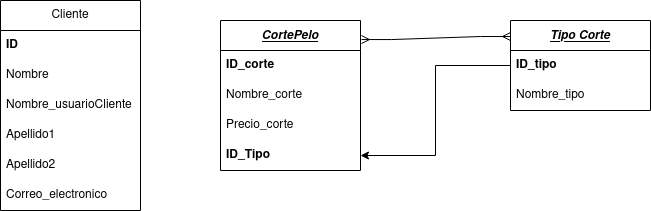
Above: doc/entidad_relacion/DrawIO/Entidad-Relacion.png in Jorgeev27/Servicio-Peluqueria (draw.io), before the change. Source tidied: cells renumbered, new cells last; positions are measured from the earlier drawing's top-left corner, leaving out a move shared by most shapes.
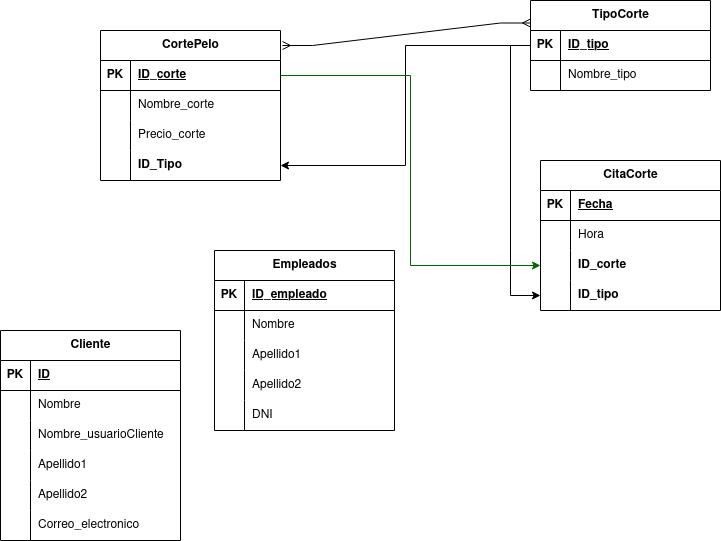
The same diagram one commit later.

Diff of the diagram source:
```diff
@@ -2,56 +2,221 @@
   <root>
     <mxCell id="0" />
     <mxCell id="1" parent="0" />
+    <mxCell id="18" style="edgeStyle=entityRelationEdgeStyle;fontSize=12;html=1;endArrow=ERmany;startArrow=ERmany;rounded=0;exitX=1.011;exitY=0.1;exitDx=0;exitDy=0;exitPerimeter=0;entryX=0;entryY=0.25;entryDx=0;entryDy=0;" parent="1" edge="1" source="2" target="43">
+      <mxGeometry relative="1" as="geometry" />
+    </mxCell>
+    <mxCell id="7" value="Cliente" style="shape=table;startSize=30;rowLines=0;fontStyle=1;align=center;html=1;" parent="1" vertex="1">
+      <mxGeometry x="-60" y="300" width="180" height="210" as="geometry" />
+    </mxCell>
+    <mxCell id="19" style="shape=tableRow;horizontal=0;startSize=0;swimlaneHead=0;swimlaneBody=0;fillColor=none;top=0;left=0;right=0;bottom=1;" parent="7" vertex="1">
+      <mxGeometry y="30" width="180" height="30" as="geometry" />
+    </mxCell>
+    <mxCell id="20" value="PK" style="shape=partialRectangle;fillColor=none;top=0;left=0;bottom=0;right=0;fontStyle=1;overflow=hidden;whiteSpace=wrap;html=1;" parent="19" vertex="1">
+      <mxGeometry width="30" height="30" as="geometry" />
+    </mxCell>
+    <mxCell id="8" value="ID" style="shape=partialRectangle;fillColor=none;top=0;left=0;bottom=0;right=0;align=left;spacingLeft=6;fontStyle=5;overflow=hidden;whiteSpace=wrap;html=1;" parent="19" vertex="1">
+      <mxGeometry x="30" width="150" height="30" as="geometry" />
+    </mxCell>
+    <mxCell id="21" style="shape=tableRow;horizontal=0;startSize=0;swimlaneHead=0;swimlaneBody=0;fillColor=none;top=0;left=0;right=0;bottom=0;" parent="7" vertex="1">
+      <mxGeometry y="60" width="180" height="30" as="geometry" />
+    </mxCell>
+    <mxCell id="22" style="shape=partialRectangle;fillColor=none;top=0;left=0;bottom=0;right=0;overflow=hidden;whiteSpace=wrap;html=1;" parent="21" vertex="1">
+      <mxGeometry width="30" height="30" as="geometry" />
+    </mxCell>
+    <mxCell id="23" value="Nombre" style="shape=partialRectangle;fillColor=none;top=0;left=0;bottom=0;right=0;align=left;spacingLeft=6;overflow=hidden;whiteSpace=wrap;html=1;" parent="21" vertex="1">
+      <mxGeometry x="30" width="150" height="30" as="geometry" />
+    </mxCell>
+    <mxCell id="24" style="shape=tableRow;horizontal=0;startSize=0;swimlaneHead=0;swimlaneBody=0;fillColor=none;top=0;left=0;right=0;bottom=0;" parent="7" vertex="1">
+      <mxGeometry y="90" width="180" height="30" as="geometry" />
+    </mxCell>
+    <mxCell id="25" style="shape=partialRectangle;fillColor=none;top=0;left=0;bottom=0;right=0;overflow=hidden;whiteSpace=wrap;html=1;" parent="24" vertex="1">
+      <mxGeometry width="30" height="30" as="geometry" />
+    </mxCell>
+    <mxCell id="10" value="Nombre_usuarioCliente" style="shape=partialRectangle;fillColor=none;top=0;left=0;bottom=0;right=0;align=left;spacingLeft=6;overflow=hidden;whiteSpace=wrap;html=1;" parent="24" vertex="1">
+      <mxGeometry x="30" width="150" height="30" as="geometry" />
+    </mxCell>
+    <mxCell id="26" style="shape=tableRow;horizontal=0;startSize=0;swimlaneHead=0;swimlaneBody=0;fillColor=none;top=0;left=0;right=0;bottom=0;" parent="7" vertex="1">
+      <mxGeometry y="120" width="180" height="30" as="geometry" />
+    </mxCell>
+    <mxCell id="27" style="shape=partialRectangle;fillColor=none;top=0;left=0;bottom=0;right=0;overflow=hidden;whiteSpace=wrap;html=1;" parent="26" vertex="1">
+      <mxGeometry width="30" height="30" as="geometry" />
+    </mxCell>
+    <mxCell id="28" value="Apellido1" style="shape=partialRectangle;fillColor=none;top=0;left=0;bottom=0;right=0;align=left;spacingLeft=6;overflow=hidden;whiteSpace=wrap;html=1;" parent="26" vertex="1">
+      <mxGeometry x="30" width="150" height="30" as="geometry" />
+    </mxCell>
+    <mxCell id="29" style="shape=tableRow;horizontal=0;startSize=0;swimlaneHead=0;swimlaneBody=0;fillColor=none;top=0;left=0;right=0;bottom=0;" parent="7" vertex="1">
+      <mxGeometry y="150" width="180" height="30" as="geometry" />
+    </mxCell>
+    <mxCell id="30" style="shape=partialRectangle;fillColor=none;top=0;left=0;bottom=0;right=0;overflow=hidden;whiteSpace=wrap;html=1;" parent="29" vertex="1">
+      <mxGeometry width="30" height="30" as="geometry" />
+    </mxCell>
+    <mxCell id="31" value="Apellido2" style="shape=partialRectangle;fillColor=none;top=0;left=0;bottom=0;right=0;align=left;spacingLeft=6;overflow=hidden;whiteSpace=wrap;html=1;" parent="29" vertex="1">
+      <mxGeometry x="30" width="150" height="30" as="geometry" />
+    </mxCell>
+    <mxCell id="32" style="shape=tableRow;horizontal=0;startSize=0;swimlaneHead=0;swimlaneBody=0;fillColor=none;top=0;left=0;right=0;bottom=0;" parent="7" vertex="1">
+      <mxGeometry y="180" width="180" height="30" as="geometry" />
+    </mxCell>
+    <mxCell id="33" style="shape=partialRectangle;fillColor=none;top=0;left=0;bottom=0;right=0;overflow=hidden;whiteSpace=wrap;html=1;" parent="32" vertex="1">
+      <mxGeometry width="30" height="30" as="geometry" />
+    </mxCell>
+    <mxCell id="13" value="Correo_electronico" style="shape=partialRectangle;fillColor=none;top=0;left=0;bottom=0;right=0;align=left;spacingLeft=6;overflow=hidden;whiteSpace=wrap;html=1;" parent="32" vertex="1">
+      <mxGeometry x="30" width="150" height="30" as="geometry" />
+    </mxCell>
-    <mxCell id="2" value="&lt;u&gt;&lt;i&gt;&lt;b&gt;CortePelo&lt;/b&gt;&lt;/i&gt;&lt;/u&gt;" style="swimlane;fontStyle=0;horizontal=1;startSize=30;whiteSpace=wrap;html=1;" parent="1" vertex="1">
-      <mxGeometry x="220" y="20" width="140" height="150" as="geometry" />
+    <mxCell id="2" value="CortePelo" style="shape=table;startSize=30;rowLines=0;fontStyle=1;align=center;html=1;" parent="1" vertex="1">
+      <mxGeometry x="40" width="180" height="150" as="geometry" />
     </mxCell>
-    <mxCell id="3" value="&lt;b&gt;ID_corte&lt;/b&gt;" style="text;strokeColor=none;fillColor=none;align=left;verticalAlign=middle;spacingLeft=4;spacingRight=4;overflow=hidden;whiteSpace=wrap;html=1;" parent="2" vertex="1">
-      <mxGeometry y="30" width="140" height="30" as="geometry" />
-    </mxCell>
+    <mxCell id="34" style="shape=tableRow;horizontal=0;startSize=0;swimlaneHead=0;swimlaneBody=0;fillColor=none;points=[[0,0.5],[1,0.5]];portConstraint=eastwest;top=0;left=0;right=0;bottom=1;" parent="2" vertex="1">
+      <mxGeometry y="30" width="180" height="30" as="geometry" />
+    </mxCell>
+    <mxCell id="35" value="PK" style="shape=partialRectangle;fillColor=none;top=0;left=0;bottom=0;right=0;fontStyle=1;overflow=hidden;whiteSpace=wrap;html=1;" parent="34" vertex="1">
+      <mxGeometry width="30" height="30" as="geometry" />
+    </mxCell>
+    <mxCell id="36" value="ID_corte" style="shape=partialRectangle;fillColor=none;top=0;left=0;bottom=0;right=0;align=left;spacingLeft=6;fontStyle=5;overflow=hidden;whiteSpace=wrap;html=1;" parent="34" vertex="1">
+      <mxGeometry x="30" width="150" height="30" as="geometry" />
+    </mxCell>
+    <mxCell id="37" style="shape=tableRow;horizontal=0;startSize=0;swimlaneHead=0;swimlaneBody=0;fillColor=none;top=0;left=0;right=0;bottom=0;" parent="2" vertex="1">
+      <mxGeometry y="60" width="180" height="30" as="geometry" />
+    </mxCell>
+    <mxCell id="38" style="shape=partialRectangle;fillColor=none;top=0;left=0;bottom=0;right=0;overflow=hidden;whiteSpace=wrap;html=1;" parent="37" vertex="1">
+      <mxGeometry width="30" height="30" as="geometry" />
+    </mxCell>
-    <mxCell id="4" value="Nombre_corte" style="text;strokeColor=none;fillColor=none;align=left;verticalAlign=middle;spacingLeft=4;spacingRight=4;overflow=hidden;whiteSpace=wrap;html=1;" parent="2" vertex="1">
-      <mxGeometry y="60" width="140" height="30" as="geometry" />
+    <mxCell id="4" value="Nombre_corte" style="shape=partialRectangle;fillColor=none;top=0;left=0;bottom=0;right=0;align=left;spacingLeft=6;overflow=hidden;whiteSpace=wrap;html=1;" parent="37" vertex="1">
+      <mxGeometry x="30" width="150" height="30" as="geometry" />
     </mxCell>
+    <mxCell id="39" style="shape=tableRow;horizontal=0;startSize=0;swimlaneHead=0;swimlaneBody=0;fillColor=none;top=0;left=0;right=0;bottom=0;" parent="2" vertex="1">
+      <mxGeometry y="90" width="180" height="30" as="geometry" />
+    </mxCell>
+    <mxCell id="40" style="shape=partialRectangle;fillColor=none;top=0;left=0;bottom=0;right=0;overflow=hidden;whiteSpace=wrap;html=1;" parent="39" vertex="1">
+      <mxGeometry width="30" height="30" as="geometry" />
+    </mxCell>
-    <mxCell id="5" value="&lt;div&gt;Precio_corte&lt;/div&gt;" style="text;strokeColor=none;fillColor=none;align=left;verticalAlign=middle;spacingLeft=4;spacingRight=4;overflow=hidden;whiteSpace=wrap;html=1;" parent="2" vertex="1">
-      <mxGeometry y="90" width="140" height="30" as="geometry" />
+    <mxCell id="5" value="Precio_corte" style="shape=partialRectangle;fillColor=none;top=0;left=0;bottom=0;right=0;align=left;spacingLeft=6;overflow=hidden;whiteSpace=wrap;html=1;" parent="39" vertex="1">
+      <mxGeometry x="30" width="150" height="30" as="geometry" />
     </mxCell>
+    <mxCell id="41" style="shape=tableRow;horizontal=0;startSize=0;swimlaneHead=0;swimlaneBody=0;fillColor=none;points=[[0,0.5],[1,0.5]];portConstraint=eastwest;top=0;left=0;right=0;bottom=0;" parent="2" vertex="1">
+      <mxGeometry y="120" width="180" height="30" as="geometry" />
+    </mxCell>
+    <mxCell id="42" style="shape=partialRectangle;fillColor=none;top=0;left=0;bottom=0;right=0;overflow=hidden;whiteSpace=wrap;html=1;" parent="41" vertex="1">
+      <mxGeometry width="30" height="30" as="geometry" />
+    </mxCell>
-    <mxCell id="6" value="&lt;b&gt;ID_Tipo&lt;/b&gt;" style="text;strokeColor=none;fillColor=none;align=left;verticalAlign=middle;spacingLeft=4;spacingRight=4;overflow=hidden;points=[[0,0.5],[1,0.5]];portConstraint=eastwest;whiteSpace=wrap;html=1;" parent="2" vertex="1">
-      <mxGeometry y="120" width="140" height="30" as="geometry" />
+    <mxCell id="6" value="&lt;b&gt;ID_Tipo&lt;/b&gt;" style="shape=partialRectangle;fillColor=none;top=0;left=0;bottom=0;right=0;align=left;spacingLeft=6;overflow=hidden;whiteSpace=wrap;html=1;" parent="41" vertex="1">
+      <mxGeometry x="30" width="150" height="30" as="geometry" />
     </mxCell>
-    <mxCell id="7" value="Cliente" style="swimlane;fontStyle=0;horizontal=1;startSize=30;whiteSpace=wrap;html=1;" parent="1" vertex="1">
-      <mxGeometry width="140" height="210" as="geometry" />
-    </mxCell>
-    <mxCell id="8" value="&lt;b&gt;ID&lt;/b&gt;" style="text;strokeColor=none;fillColor=none;align=left;verticalAlign=middle;spacingLeft=4;spacingRight=4;overflow=hidden;whiteSpace=wrap;html=1;" parent="7" vertex="1">
-      <mxGeometry y="30" width="140" height="30" as="geometry" />
-    </mxCell>
-    <mxCell id="9" value="Nombre" style="text;strokeColor=none;fillColor=none;align=left;verticalAlign=middle;spacingLeft=4;spacingRight=4;overflow=hidden;whiteSpace=wrap;html=1;" parent="7" vertex="1">
-      <mxGeometry y="60" width="140" height="30" as="geometry" />
-    </mxCell>
-    <mxCell id="10" value="Nombre_usuarioCliente" style="text;strokeColor=none;fillColor=none;align=left;verticalAlign=middle;spacingLeft=4;spacingRight=4;overflow=hidden;whiteSpace=wrap;html=1;" parent="7" vertex="1">
-      <mxGeometry y="90" width="140" height="30" as="geometry" />
-    </mxCell>
-    <mxCell id="11" value="Apellido1" style="text;strokeColor=none;fillColor=none;align=left;verticalAlign=middle;spacingLeft=4;spacingRight=4;overflow=hidden;whiteSpace=wrap;html=1;" parent="7" vertex="1">
-      <mxGeometry y="120" width="140" height="30" as="geometry" />
-    </mxCell>
-    <mxCell id="12" value="Apellido2" style="text;strokeColor=none;fillColor=none;align=left;verticalAlign=middle;spacingLeft=4;spacingRight=4;overflow=hidden;whiteSpace=wrap;html=1;" parent="7" vertex="1">
-      <mxGeometry y="150" width="140" height="30" as="geometry" />
-    </mxCell>
-    <mxCell id="13" value="Correo_electronico" style="text;strokeColor=none;fillColor=none;align=left;verticalAlign=middle;spacingLeft=4;spacingRight=4;overflow=hidden;whiteSpace=wrap;html=1;" parent="7" vertex="1">
-      <mxGeometry y="180" width="140" height="30" as="geometry" />
-    </mxCell>
-    <mxCell id="14" value="&lt;u&gt;&lt;i&gt;&lt;b&gt;Tipo Corte&lt;/b&gt;&lt;/i&gt;&lt;/u&gt;" style="swimlane;fontStyle=0;horizontal=1;startSize=30;whiteSpace=wrap;html=1;" parent="1" vertex="1">
-      <mxGeometry x="510" y="20" width="140" height="90" as="geometry" />
-    </mxCell>
-    <mxCell id="15" value="&lt;b&gt;ID_tipo&lt;/b&gt;" style="text;strokeColor=none;fillColor=none;align=left;verticalAlign=middle;spacingLeft=4;spacingRight=4;overflow=hidden;points=[[0,0.5],[1,0.5]];portConstraint=eastwest;whiteSpace=wrap;html=1;" parent="14" vertex="1">
-      <mxGeometry y="30" width="140" height="30" as="geometry" />
-    </mxCell>
+    <mxCell id="43" value="TipoCorte" style="shape=table;startSize=30;rowLines=0;fontStyle=1;align=center;html=1;" parent="1" vertex="1">
+      <mxGeometry x="470" y="-30" width="180" height="90" as="geometry" />
+    </mxCell>
+    <mxCell id="44" style="shape=tableRow;horizontal=0;startSize=0;swimlaneHead=0;swimlaneBody=0;fillColor=none;points=[[0,0.5],[1,0.5]];portConstraint=eastwest;top=0;left=0;right=0;bottom=1;" parent="43" vertex="1">
+      <mxGeometry y="30" width="180" height="30" as="geometry" />
+    </mxCell>
+    <mxCell id="45" value="PK" style="shape=partialRectangle;fillColor=none;top=0;left=0;bottom=0;right=0;fontStyle=1;overflow=hidden;whiteSpace=wrap;html=1;" parent="44" vertex="1">
+      <mxGeometry width="30" height="30" as="geometry" />
+    </mxCell>
+    <mxCell id="46" value="ID_tipo" style="shape=partialRectangle;fillColor=none;top=0;left=0;bottom=0;right=0;align=left;spacingLeft=6;fontStyle=5;overflow=hidden;whiteSpace=wrap;html=1;" parent="44" vertex="1">
+      <mxGeometry x="30" width="150" height="30" as="geometry" />
+    </mxCell>
+    <mxCell id="47" style="shape=tableRow;horizontal=0;startSize=0;swimlaneHead=0;swimlaneBody=0;fillColor=none;top=0;left=0;right=0;bottom=0;" parent="43" vertex="1">
+      <mxGeometry y="60" width="180" height="30" as="geometry" />
+    </mxCell>
+    <mxCell id="48" style="shape=partialRectangle;fillColor=none;top=0;left=0;bottom=0;right=0;overflow=hidden;whiteSpace=wrap;html=1;" parent="47" vertex="1">
+      <mxGeometry width="30" height="30" as="geometry" />
+    </mxCell>
-    <mxCell id="16" value="Nombre_tipo" style="text;strokeColor=none;fillColor=none;align=left;verticalAlign=middle;spacingLeft=4;spacingRight=4;overflow=hidden;whiteSpace=wrap;html=1;" parent="14" vertex="1">
-      <mxGeometry y="60" width="140" height="30" as="geometry" />
+    <mxCell id="16" value="Nombre_tipo" style="shape=partialRectangle;fillColor=none;top=0;left=0;bottom=0;right=0;align=left;spacingLeft=6;overflow=hidden;whiteSpace=wrap;html=1;" parent="47" vertex="1">
+      <mxGeometry x="30" width="150" height="30" as="geometry" />
     </mxCell>
-    <mxCell id="17" style="edgeStyle=orthogonalEdgeStyle;rounded=0;jettySize=auto;html=1;exitX=0;exitY=0.5;exitDx=0;exitDy=0;" parent="1" edge="1" source="15" target="6">
-      <mxGeometry relative="1" as="geometry" />
-    </mxCell>
-    <mxCell id="18" style="edgeStyle=entityRelationEdgeStyle;fontSize=12;html=1;endArrow=ERmany;startArrow=ERmany;rounded=0;exitX=1.007;exitY=0.127;exitDx=0;exitDy=0;exitPerimeter=0;entryX=0;entryY=0.178;entryDx=0;entryDy=0;entryPerimeter=0;" parent="1" edge="1" source="2" target="14">
-      <mxGeometry relative="1" as="geometry" />
-    </mxCell>
+    <mxCell id="49" value="Empleados" style="shape=table;startSize=30;rowLines=0;fontStyle=1;align=center;html=1;" parent="1" vertex="1">
+      <mxGeometry x="154" y="220" width="180" height="180" as="geometry" />
+    </mxCell>
+    <mxCell id="50" style="shape=tableRow;horizontal=0;startSize=0;swimlaneHead=0;swimlaneBody=0;fillColor=none;top=0;left=0;right=0;bottom=1;" parent="49" vertex="1">
+      <mxGeometry y="30" width="180" height="30" as="geometry" />
+    </mxCell>
+    <mxCell id="51" value="PK" style="shape=partialRectangle;fillColor=none;top=0;left=0;bottom=0;right=0;fontStyle=1;overflow=hidden;whiteSpace=wrap;html=1;" parent="50" vertex="1">
+      <mxGeometry width="30" height="30" as="geometry" />
+    </mxCell>
+    <mxCell id="52" value="ID_empleado" style="shape=partialRectangle;fillColor=none;top=0;left=0;bottom=0;right=0;align=left;spacingLeft=6;fontStyle=5;overflow=hidden;whiteSpace=wrap;html=1;" parent="50" vertex="1">
+      <mxGeometry x="30" width="150" height="30" as="geometry" />
+    </mxCell>
+    <mxCell id="53" style="shape=tableRow;horizontal=0;startSize=0;swimlaneHead=0;swimlaneBody=0;fillColor=none;top=0;left=0;right=0;bottom=0;" parent="49" vertex="1">
+      <mxGeometry y="60" width="180" height="30" as="geometry" />
+    </mxCell>
+    <mxCell id="54" style="shape=partialRectangle;fillColor=none;top=0;left=0;bottom=0;right=0;overflow=hidden;whiteSpace=wrap;html=1;" parent="53" vertex="1">
+      <mxGeometry width="30" height="30" as="geometry" />
+    </mxCell>
+    <mxCell id="55" value="Nombre" style="shape=partialRectangle;fillColor=none;top=0;left=0;bottom=0;right=0;align=left;spacingLeft=6;overflow=hidden;whiteSpace=wrap;html=1;" parent="53" vertex="1">
+      <mxGeometry x="30" width="150" height="30" as="geometry" />
+    </mxCell>
+    <mxCell id="56" style="shape=tableRow;horizontal=0;startSize=0;swimlaneHead=0;swimlaneBody=0;fillColor=none;top=0;left=0;right=0;bottom=0;" parent="49" vertex="1">
+      <mxGeometry y="90" width="180" height="30" as="geometry" />
+    </mxCell>
+    <mxCell id="57" style="shape=partialRectangle;fillColor=none;top=0;left=0;bottom=0;right=0;overflow=hidden;whiteSpace=wrap;html=1;" parent="56" vertex="1">
+      <mxGeometry width="30" height="30" as="geometry" />
+    </mxCell>
+    <mxCell id="58" value="Apellido1" style="shape=partialRectangle;fillColor=none;top=0;left=0;bottom=0;right=0;align=left;spacingLeft=6;overflow=hidden;whiteSpace=wrap;html=1;" parent="56" vertex="1">
+      <mxGeometry x="30" width="150" height="30" as="geometry" />
+    </mxCell>
+    <mxCell id="59" style="shape=tableRow;horizontal=0;startSize=0;swimlaneHead=0;swimlaneBody=0;fillColor=none;top=0;left=0;right=0;bottom=0;" parent="49" vertex="1">
+      <mxGeometry y="120" width="180" height="30" as="geometry" />
+    </mxCell>
+    <mxCell id="60" style="shape=partialRectangle;fillColor=none;top=0;left=0;bottom=0;right=0;overflow=hidden;whiteSpace=wrap;html=1;" parent="59" vertex="1">
+      <mxGeometry width="30" height="30" as="geometry" />
+    </mxCell>
+    <mxCell id="61" value="Apellido2" style="shape=partialRectangle;fillColor=none;top=0;left=0;bottom=0;right=0;align=left;spacingLeft=6;overflow=hidden;whiteSpace=wrap;html=1;" parent="59" vertex="1">
+      <mxGeometry x="30" width="150" height="30" as="geometry" />
+    </mxCell>
+    <mxCell id="62" style="shape=tableRow;horizontal=0;startSize=0;swimlaneHead=0;swimlaneBody=0;fillColor=none;top=0;left=0;right=0;bottom=0;" parent="49" vertex="1">
+      <mxGeometry y="150" width="180" height="30" as="geometry" />
+    </mxCell>
+    <mxCell id="63" style="shape=partialRectangle;fillColor=none;top=0;left=0;bottom=0;right=0;overflow=hidden;whiteSpace=wrap;html=1;" parent="62" vertex="1">
+      <mxGeometry width="30" height="30" as="geometry" />
+    </mxCell>
+    <mxCell id="64" value="DNI" style="shape=partialRectangle;fillColor=none;top=0;left=0;bottom=0;right=0;align=left;spacingLeft=6;overflow=hidden;whiteSpace=wrap;html=1;" parent="62" vertex="1">
+      <mxGeometry x="30" width="150" height="30" as="geometry" />
+    </mxCell>
+    <mxCell id="65" value="CitaCorte" style="shape=table;startSize=30;rowLines=0;fontStyle=1;align=center;html=1;" parent="1" vertex="1">
+      <mxGeometry x="480" y="130" width="180" height="150" as="geometry" />
+    </mxCell>
+    <mxCell id="66" style="shape=tableRow;horizontal=0;startSize=0;swimlaneHead=0;swimlaneBody=0;fillColor=none;top=0;left=0;right=0;bottom=1;" parent="65" vertex="1">
+      <mxGeometry y="30" width="180" height="30" as="geometry" />
+    </mxCell>
+    <mxCell id="67" value="PK" style="shape=partialRectangle;fillColor=none;top=0;left=0;bottom=0;right=0;fontStyle=1;overflow=hidden;whiteSpace=wrap;html=1;" parent="66" vertex="1">
+      <mxGeometry width="30" height="30" as="geometry" />
+    </mxCell>
+    <mxCell id="68" value="Fecha" style="shape=partialRectangle;fillColor=none;top=0;left=0;bottom=0;right=0;align=left;spacingLeft=6;fontStyle=5;overflow=hidden;whiteSpace=wrap;html=1;" parent="66" vertex="1">
+      <mxGeometry x="30" width="150" height="30" as="geometry" />
+    </mxCell>
+    <mxCell id="69" style="shape=tableRow;horizontal=0;startSize=0;swimlaneHead=0;swimlaneBody=0;fillColor=none;top=0;left=0;right=0;bottom=0;" parent="65" vertex="1">
+      <mxGeometry y="60" width="180" height="30" as="geometry" />
+    </mxCell>
+    <mxCell id="70" style="shape=partialRectangle;fillColor=none;top=0;left=0;bottom=0;right=0;overflow=hidden;whiteSpace=wrap;html=1;" parent="69" vertex="1">
+      <mxGeometry width="30" height="30" as="geometry" />
+    </mxCell>
+    <mxCell id="71" value="Hora" style="shape=partialRectangle;fillColor=none;top=0;left=0;bottom=0;right=0;align=left;spacingLeft=6;overflow=hidden;whiteSpace=wrap;html=1;" parent="69" vertex="1">
+      <mxGeometry x="30" width="150" height="30" as="geometry" />
+    </mxCell>
+    <mxCell id="72" style="shape=tableRow;horizontal=0;startSize=0;swimlaneHead=0;swimlaneBody=0;fillColor=none;points=[[0,0.5],[1,0.5]];portConstraint=eastwest;top=0;left=0;right=0;bottom=0;" parent="65" vertex="1">
+      <mxGeometry y="90" width="180" height="30" as="geometry" />
+    </mxCell>
+    <mxCell id="73" style="shape=partialRectangle;fillColor=none;top=0;left=0;bottom=0;right=0;overflow=hidden;whiteSpace=wrap;html=1;" parent="72" vertex="1">
+      <mxGeometry width="30" height="30" as="geometry" />
+    </mxCell>
+    <mxCell id="74" value="&lt;b&gt;ID_corte&lt;/b&gt;" style="shape=partialRectangle;fillColor=none;top=0;left=0;bottom=0;right=0;align=left;spacingLeft=6;overflow=hidden;whiteSpace=wrap;html=1;" parent="72" vertex="1">
+      <mxGeometry x="30" width="150" height="30" as="geometry" />
+    </mxCell>
+    <mxCell id="75" style="shape=tableRow;horizontal=0;startSize=0;swimlaneHead=0;swimlaneBody=0;fillColor=none;points=[[0,0.5],[1,0.5]];portConstraint=eastwest;top=0;left=0;right=0;bottom=0;" parent="65" vertex="1">
+      <mxGeometry y="120" width="180" height="30" as="geometry" />
+    </mxCell>
+    <mxCell id="76" style="shape=partialRectangle;fillColor=none;top=0;left=0;bottom=0;right=0;overflow=hidden;whiteSpace=wrap;html=1;" parent="75" vertex="1">
+      <mxGeometry width="30" height="30" as="geometry" />
+    </mxCell>
+    <mxCell id="77" value="&lt;b&gt;ID_tipo&lt;/b&gt;" style="shape=partialRectangle;fillColor=none;top=0;left=0;bottom=0;right=0;align=left;spacingLeft=6;overflow=hidden;whiteSpace=wrap;html=1;" parent="75" vertex="1">
+      <mxGeometry x="30" width="150" height="30" as="geometry" />
+    </mxCell>
+    <mxCell id="78" style="edgeStyle=orthogonalEdgeStyle;rounded=0;jettySize=auto;html=1;exitX=0;exitY=0.5;exitDx=0;exitDy=0;entryX=1;entryY=0.5;entryDx=0;entryDy=0;" parent="1" edge="1" source="44" target="41">
+      <mxGeometry relative="1" as="geometry" />
+    </mxCell>
+    <mxCell id="79" style="edgeStyle=orthogonalEdgeStyle;rounded=0;jettySize=auto;html=1;exitX=0;exitY=0.5;exitDx=0;exitDy=0;entryX=0;entryY=0.5;entryDx=0;entryDy=0;" parent="1" edge="1" source="44" target="75">
+      <mxGeometry relative="1" as="geometry" />
+    </mxCell>
+    <mxCell id="80" style="edgeStyle=orthogonalEdgeStyle;rounded=0;jettySize=auto;html=1;exitX=1;exitY=0.5;exitDx=0;exitDy=0;entryX=0;entryY=0.5;entryDx=0;entryDy=0;fillColor=#00FFFF;strokeColor=#006600;" parent="1" edge="1" source="34" target="72">
+      <mxGeometry relative="1" as="geometry" />
+    </mxCell>
   </root>
 </mxGraphModel>
```
